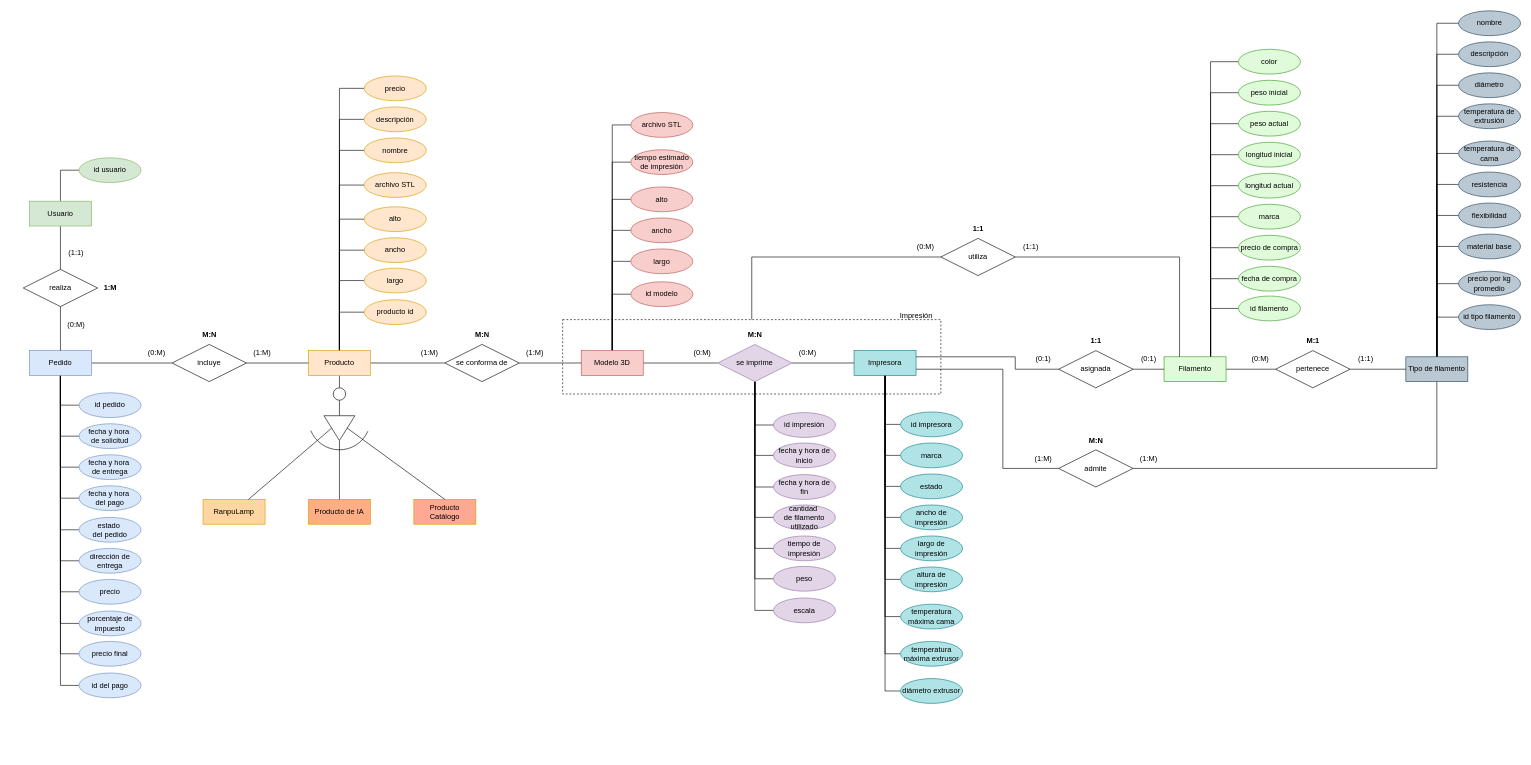
The draw.io diagram database-diagrams/RanpuDatabaseDiagrams.drawio in RanpuCode/RanpuDocumentation, before the edit. Source tidied: cells renumbered, new cells numbered last; positions are measured from the earlier drawing's top-left corner, leaving out a move shared by most shapes. Both pictures are drawn from the tidied source at 62%, with x=0, y=0 at pixel (23, 11).
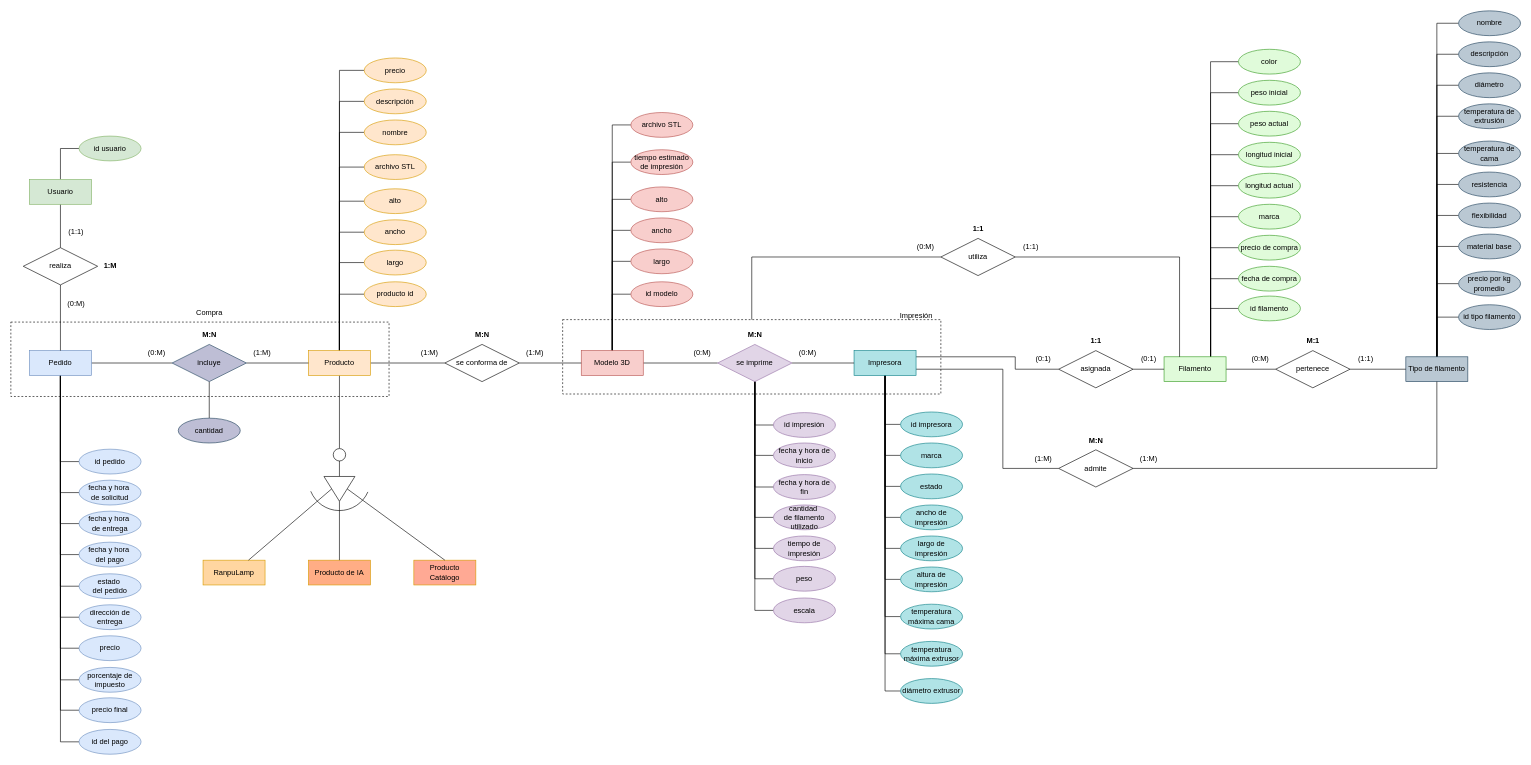
After the change.

What changed in the source:
```diff
@@
+    <mxCell id="190" style="rounded=0;whiteSpace=wrap;html=1;dashed=1;fillColor=none;" parent="1" vertex="1">
+      <mxGeometry x="-20" y="502" width="610" height="120" as="geometry" />
+    </mxCell>
@@
     <mxCell id="14" value="RanpuLamp" style="whiteSpace=wrap;html=1;align=center;fillColor=#FFD6A1;strokeColor=#d79b00;" parent="1" vertex="1">
-      <mxGeometry x="290" y="788" width="100" height="40" as="geometry" />
+      <mxGeometry x="290" y="886" width="100" height="40" as="geometry" />
     </mxCell>
     <mxCell id="15" value="Producto de IA" style="whiteSpace=wrap;html=1;align=center;fillColor=#FFAD85;strokeColor=#d79b00;" parent="1" vertex="1">
-      <mxGeometry x="460" y="788" width="100" height="40" as="geometry" />
+      <mxGeometry x="460" y="886" width="100" height="40" as="geometry" />
     </mxCell>
     <mxCell id="16" value="Producto Catálogo" style="whiteSpace=wrap;html=1;align=center;fillColor=#FFA994;strokeColor=#d79b00;" parent="1" vertex="1">
-      <mxGeometry x="630" y="788" width="100" height="40" as="geometry" />
+      <mxGeometry x="630" y="886" width="100" height="40" as="geometry" />
     </mxCell>
@@
     <mxCell id="18" style="ellipse;whiteSpace=wrap;html=1;" parent="1" vertex="1">
-      <mxGeometry x="500" y="608" width="20" height="20" as="geometry" />
+      <mxGeometry x="500" y="706" width="20" height="20" as="geometry" />
     </mxCell>
@@
     <mxCell id="22" style="triangle;whiteSpace=wrap;html=1;rotation=90;" parent="1" vertex="1">
-      <mxGeometry x="490" y="648" width="40" height="50" as="geometry" />
+      <mxGeometry x="490" y="746" width="40" height="50" as="geometry" />
     </mxCell>
     <mxCell id="23" style="verticalLabelPosition=bottom;verticalAlign=top;html=1;shape=mxgraph.basic.arc;startAngle=0.3152737935443114;endAngle=0.688323670744285;" parent="1" vertex="1">
-      <mxGeometry x="460" y="608" width="100" height="100" as="geometry" />
+      <mxGeometry x="460" y="706" width="100" height="100" as="geometry" />
     </mxCell>
@@
     <mxCell id="49" value="Usuario" style="whiteSpace=wrap;html=1;align=center;fillColor=#d5e8d4;strokeColor=#82b366;" parent="1" vertex="1">
-      <mxGeometry x="10" y="307" width="100" height="40" as="geometry" />
+      <mxGeometry x="10" y="272" width="100" height="40" as="geometry" />
     </mxCell>
@@
+    <mxCell id="191" style="edgeStyle=orthogonalEdgeStyle;rounded=0;jettySize=auto;html=1;exitX=0.5;exitY=1;exitDx=0;exitDy=0;entryX=0.5;entryY=0;entryDx=0;entryDy=0;endArrow=none;endFill=0;" parent="1" edge="1" source="63" target="192">
+      <mxGeometry relative="1" as="geometry" />
+    </mxCell>
-    <mxCell id="63" value="incluye" style="shape=rhombus;perimeter=rhombusPerimeter;whiteSpace=wrap;html=1;align=center;" parent="1" vertex="1">
+    <mxCell id="63" value="incluye" style="shape=rhombus;perimeter=rhombusPerimeter;whiteSpace=wrap;html=1;align=center;fillColor=#bebed5;strokeColor=#23445d;" parent="1" vertex="1">
       <mxGeometry x="240" y="538" width="120" height="60" as="geometry" />
     </mxCell>
@@
     <mxCell id="72" value="precio" style="ellipse;whiteSpace=wrap;html=1;align=center;fillColor=#ffe6cc;strokeColor=#d79b00;" parent="1" vertex="1">
-      <mxGeometry x="550" y="105" width="100" height="40" as="geometry" />
+      <mxGeometry x="550" y="76" width="100" height="40" as="geometry" />
     </mxCell>
     <mxCell id="73" value="descripción" style="ellipse;whiteSpace=wrap;html=1;align=center;fillColor=#ffe6cc;strokeColor=#d79b00;" parent="1" vertex="1">
-      <mxGeometry x="550" y="155" width="100" height="40" as="geometry" />
+      <mxGeometry x="550" y="126" width="100" height="40" as="geometry" />
     </mxCell>
     <mxCell id="74" value="nombre" style="ellipse;whiteSpace=wrap;html=1;align=center;fillColor=#ffe6cc;strokeColor=#d79b00;" parent="1" vertex="1">
-      <mxGeometry x="550" y="205" width="100" height="40" as="geometry" />
+      <mxGeometry x="550" y="176" width="100" height="40" as="geometry" />
     </mxCell>
@@
     <mxCell id="141" value="producto id" style="ellipse;whiteSpace=wrap;html=1;align=center;fillColor=#ffe6cc;strokeColor=#d79b00;" parent="1" vertex="1">
-      <mxGeometry x="550" y="466" width="100" height="40" as="geometry" />
+      <mxGeometry x="550" y="437" width="100" height="40" as="geometry" />
     </mxCell>
     <mxCell id="142" value="id pedido" style="ellipse;whiteSpace=wrap;html=1;align=center;fillColor=#dae8fc;strokeColor=#6c8ebf;" parent="1" vertex="1">
-      <mxGeometry x="90" y="616" width="100" height="40" as="geometry" />
+      <mxGeometry x="90" y="707" width="100" height="40" as="geometry" />
     </mxCell>
     <mxCell id="143" value="fecha y hora&amp;nbsp;&lt;div&gt;de solicitud&lt;/div&gt;" style="ellipse;whiteSpace=wrap;html=1;align=center;fillColor=#dae8fc;strokeColor=#6c8ebf;" parent="1" vertex="1">
-      <mxGeometry x="90" y="666" width="100" height="40" as="geometry" />
+      <mxGeometry x="90" y="757" width="100" height="40" as="geometry" />
     </mxCell>
     <mxCell id="144" value="estado&amp;nbsp;&lt;div&gt;del pedido&lt;/div&gt;" style="ellipse;whiteSpace=wrap;html=1;align=center;fillColor=#dae8fc;strokeColor=#6c8ebf;" parent="1" vertex="1">
-      <mxGeometry x="90" y="817" width="100" height="40" as="geometry" />
+      <mxGeometry x="90" y="908" width="100" height="40" as="geometry" />
     </mxCell>
@@
     <mxCell id="146" value="realiza" style="shape=rhombus;perimeter=rhombusPerimeter;whiteSpace=wrap;html=1;align=center;" parent="1" vertex="1">
-      <mxGeometry y="417" width="120" height="60" as="geometry" />
+      <mxGeometry y="382" width="120" height="60" as="geometry" />
     </mxCell>
     <mxCell id="147" value="archivo STL" style="ellipse;whiteSpace=wrap;html=1;align=center;fillColor=#ffe6cc;strokeColor=#d79b00;" parent="1" vertex="1">
-      <mxGeometry x="550" y="261" width="100" height="40" as="geometry" />
+      <mxGeometry x="550" y="232" width="100" height="40" as="geometry" />
     </mxCell>
     <mxCell id="148" value="alto" style="ellipse;whiteSpace=wrap;html=1;align=center;fillColor=#ffe6cc;strokeColor=#d79b00;" parent="1" vertex="1">
-      <mxGeometry x="550" y="316" width="100" height="40" as="geometry" />
+      <mxGeometry x="550" y="287" width="100" height="40" as="geometry" />
     </mxCell>
     <mxCell id="149" value="ancho" style="ellipse;whiteSpace=wrap;html=1;align=center;fillColor=#ffe6cc;strokeColor=#d79b00;" parent="1" vertex="1">
-      <mxGeometry x="550" y="366" width="100" height="40" as="geometry" />
+      <mxGeometry x="550" y="337" width="100" height="40" as="geometry" />
     </mxCell>
     <mxCell id="150" value="largo" style="ellipse;whiteSpace=wrap;html=1;align=center;fillColor=#ffe6cc;strokeColor=#d79b00;" parent="1" vertex="1">
-      <mxGeometry x="550" y="415" width="100" height="40" as="geometry" />
+      <mxGeometry x="550" y="386" width="100" height="40" as="geometry" />
     </mxCell>
@@
     <mxCell id="152" value="id usuario" style="ellipse;whiteSpace=wrap;html=1;align=center;fillColor=#d5e8d4;strokeColor=#82b366;" parent="1" vertex="1">
-      <mxGeometry x="90" y="237" width="100" height="40" as="geometry" />
+      <mxGeometry x="90" y="202" width="100" height="40" as="geometry" />
     </mxCell>
@@
     <mxCell id="154" value="dirección de entrega" style="ellipse;whiteSpace=wrap;html=1;align=center;fillColor=#dae8fc;strokeColor=#6c8ebf;" parent="1" vertex="1">
-      <mxGeometry x="90" y="867" width="100" height="40" as="geometry" />
+      <mxGeometry x="90" y="958" width="100" height="40" as="geometry" />
     </mxCell>
     <mxCell id="155" value="precio" style="ellipse;whiteSpace=wrap;html=1;align=center;fillColor=#dae8fc;strokeColor=#6c8ebf;" parent="1" vertex="1">
-      <mxGeometry x="90" y="917" width="100" height="40" as="geometry" />
+      <mxGeometry x="90" y="1008" width="100" height="40" as="geometry" />
     </mxCell>
     <mxCell id="156" value="porcentaje de impuesto" style="ellipse;whiteSpace=wrap;html=1;align=center;fillColor=#dae8fc;strokeColor=#6c8ebf;" parent="1" vertex="1">
-      <mxGeometry x="90" y="968" width="100" height="40" as="geometry" />
+      <mxGeometry x="90" y="1059" width="100" height="40" as="geometry" />
     </mxCell>
     <mxCell id="157" value="precio final" style="ellipse;whiteSpace=wrap;html=1;align=center;fillColor=#dae8fc;strokeColor=#6c8ebf;" parent="1" vertex="1">
-      <mxGeometry x="90" y="1017" width="100" height="40" as="geometry" />
+      <mxGeometry x="90" y="1108" width="100" height="40" as="geometry" />
     </mxCell>
     <mxCell id="158" value="fecha y hora&amp;nbsp;&lt;div&gt;de entrega&lt;/div&gt;" style="ellipse;whiteSpace=wrap;html=1;align=center;fillColor=#dae8fc;strokeColor=#6c8ebf;" parent="1" vertex="1">
-      <mxGeometry x="90" y="716" width="100" height="40" as="geometry" />
+      <mxGeometry x="90" y="807" width="100" height="40" as="geometry" />
     </mxCell>
     <mxCell id="159" value="id del pago" style="ellipse;whiteSpace=wrap;html=1;align=center;fillColor=#dae8fc;strokeColor=#6c8ebf;" parent="1" vertex="1">
-      <mxGeometry x="90" y="1068" width="100" height="40" as="geometry" />
+      <mxGeometry x="90" y="1159" width="100" height="40" as="geometry" />
     </mxCell>
     <mxCell id="160" value="fecha y hora&amp;nbsp;&lt;div&gt;del pago&lt;/div&gt;" style="ellipse;whiteSpace=wrap;html=1;align=center;fillColor=#dae8fc;strokeColor=#6c8ebf;" parent="1" vertex="1">
-      <mxGeometry x="90" y="766" width="100" height="40" as="geometry" />
+      <mxGeometry x="90" y="857" width="100" height="40" as="geometry" />
     </mxCell>
     <mxCell id="161" value="(0:M)" style="text;html=1;align=center;verticalAlign=middle;strokeColor=none;fillColor=none;" parent="1" vertex="1">
-      <mxGeometry x="60" y="492" width="50" height="30" as="geometry" />
+      <mxGeometry x="60" y="457" width="50" height="30" as="geometry" />
     </mxCell>
     <mxCell id="162" value="(1:1)" style="text;html=1;align=center;verticalAlign=middle;strokeColor=none;fillColor=none;" parent="1" vertex="1">
-      <mxGeometry x="60" y="376" width="50" height="30" as="geometry" />
+      <mxGeometry x="60" y="341" width="50" height="30" as="geometry" />
     </mxCell>
     <mxCell id="163" value="1:M" style="text;html=1;align=center;verticalAlign=middle;strokeColor=none;fillColor=none;fontStyle=1;fontColor=#000000;" parent="1" vertex="1">
-      <mxGeometry x="120" y="432" width="40" height="30" as="geometry" />
+      <mxGeometry x="120" y="397" width="40" height="30" as="geometry" />
     </mxCell>
@@
+    <mxCell id="192" value="cantidad" style="ellipse;whiteSpace=wrap;html=1;align=center;fillColor=#bebed5;strokeColor=#23445d;" parent="1" vertex="1">
+      <mxGeometry x="250" y="657" width="100" height="40" as="geometry" />
+    </mxCell>
+    <mxCell id="193" value="Compra" style="text;html=1;align=center;verticalAlign=middle;strokeColor=none;fillColor=none;" parent="1" vertex="1">
+      <mxGeometry x="265" y="472" width="70" height="30" as="geometry" />
+    </mxCell>
```
